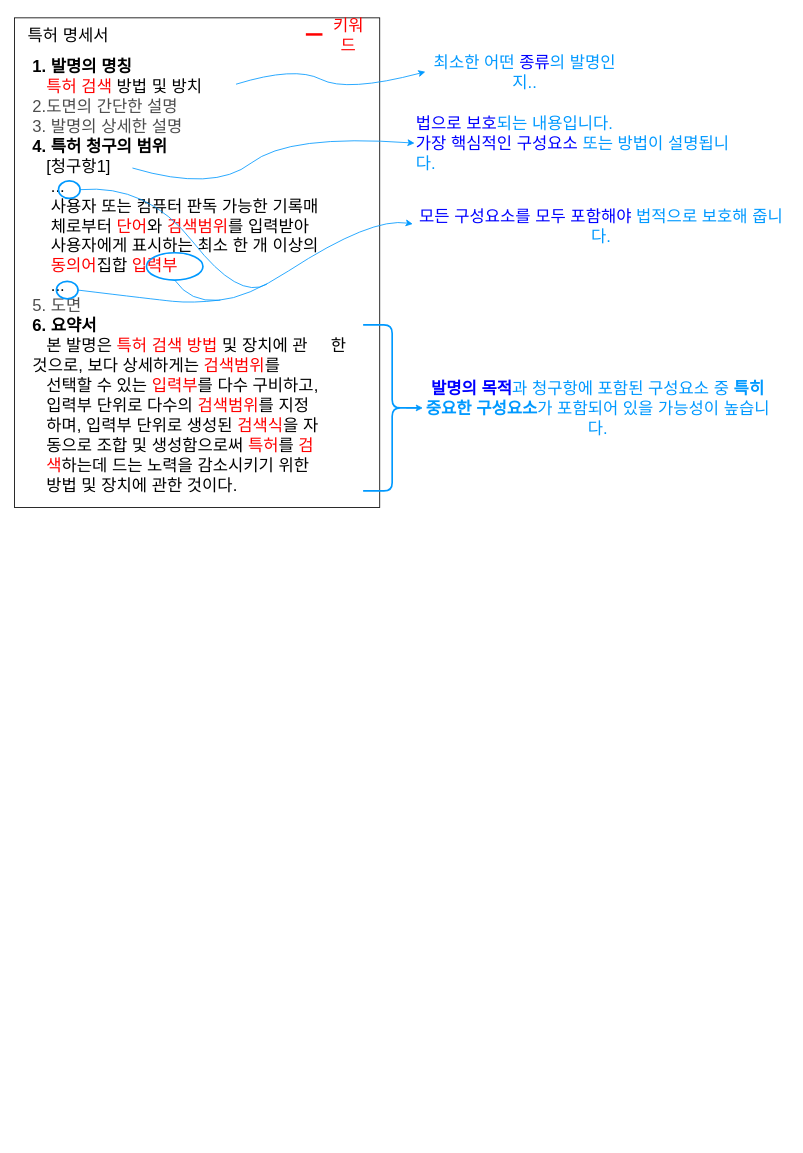
This is img/7.drawio from ccpatents/landing-page-4-kr, a draw.io file, before an edit. Source tidied: cells renumbered, new cells numbered last; positions are measured from the earlier drawing's top-left corner, leaving out a move shared by most shapes. Both pictures are drawn from the tidied source at 83%, with x=0, y=0 at pixel (14, 17).
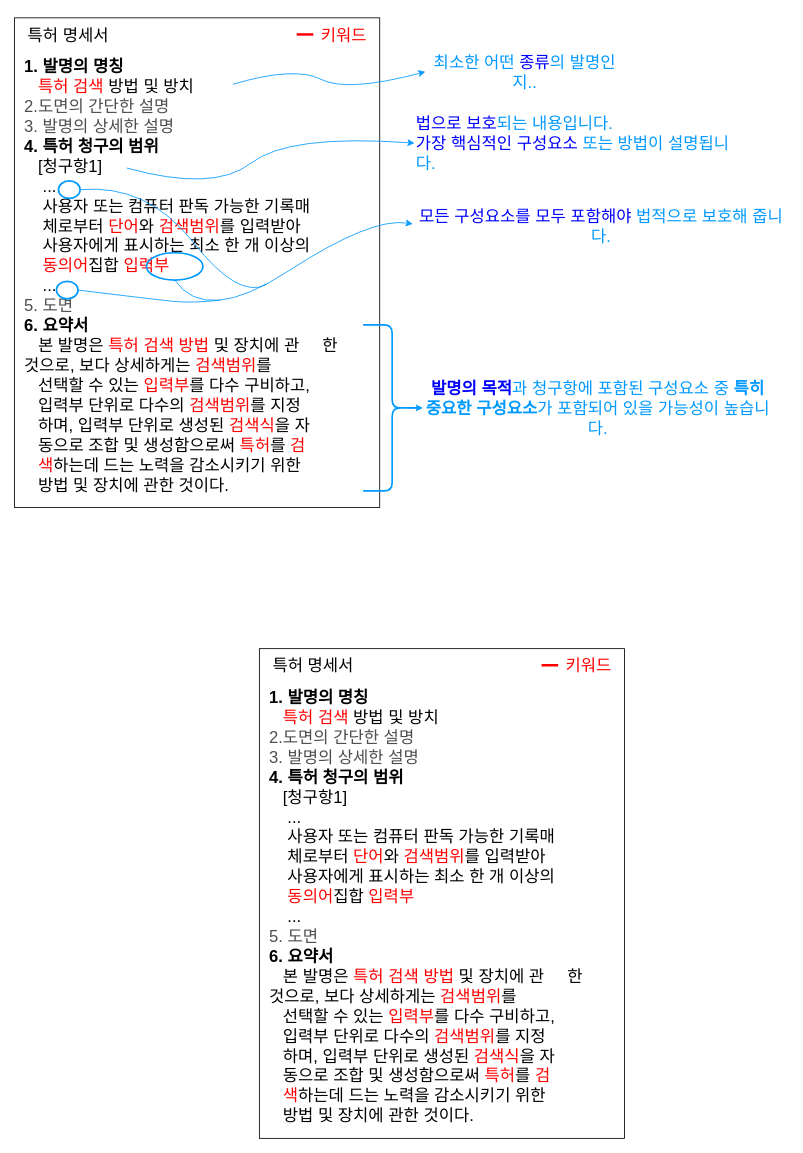
After the change.

What changed in the source:
```diff
@@
     <mxCell id="4" value="&lt;b&gt;1. 발명의 명칭&lt;/b&gt; &lt;br&gt;&amp;nbsp; &amp;nbsp;&lt;font color=&quot;#ff0000&quot;&gt;특허 검색&lt;/font&gt; 방법 및 방치&lt;br&gt;&lt;font color=&quot;#4d4d4d&quot;&gt;2.도면의 간단한 설명&lt;br&gt;3. 발명의 상세한 설명&lt;/font&gt;&lt;br&gt;&lt;b&gt;4. 특허 청구의 범위&lt;br&gt;&lt;/b&gt;&amp;nbsp; &amp;nbsp;[청구항1]&lt;br&gt;&amp;nbsp; &amp;nbsp; ...&lt;br&gt;&amp;nbsp; &amp;nbsp; 사용자 또는 컴퓨터 판독 가능한 기록매&lt;br&gt;&amp;nbsp; &amp;nbsp; 체로부터 &lt;font color=&quot;#ff0000&quot;&gt;단어&lt;/font&gt;와 &lt;font color=&quot;#ff0000&quot;&gt;검색범위&lt;/font&gt;를 입력받아 &lt;br&gt;&amp;nbsp; &amp;nbsp; 사용자에게 표시하는 최소 한 개 이상의 &lt;br&gt;&amp;nbsp; &amp;nbsp; &lt;font color=&quot;#ff0000&quot;&gt;동의어&lt;/font&gt;집합 &lt;font color=&quot;#ff0000&quot;&gt;입력부&lt;/font&gt;&lt;br&gt;&amp;nbsp; &amp;nbsp; ...&lt;br&gt;&lt;font color=&quot;#4d4d4d&quot;&gt;5. 도면&lt;/font&gt;&lt;br&gt;&lt;b&gt;6. 요약서&lt;/b&gt;&lt;br&gt;&amp;nbsp; &amp;nbsp;본 발명은 &lt;font color=&quot;#ff0000&quot;&gt;특허 검색 방법&lt;/font&gt; 및 장치에 관&amp;nbsp; &amp;nbsp; &amp;nbsp;한 것으로, 보다 상세하게는 &lt;font color=&quot;#ff0000&quot;&gt;검색범위&lt;/font&gt;를 &lt;br&gt;&amp;nbsp; &amp;nbsp;선택할 수 있는 &lt;font color=&quot;#ff0000&quot;&gt;입력부&lt;/font&gt;를 다수 구비하고, &lt;br&gt;&amp;nbsp; &amp;nbsp;입력부 단위로 다수의 &lt;font color=&quot;#ff0000&quot;&gt;검색범위&lt;/font&gt;를 지정&lt;br&gt;&amp;nbsp; &amp;nbsp;하며, 입력부 단위로 생성된 &lt;font color=&quot;#ff0000&quot;&gt;검색식&lt;/font&gt;을 자&lt;br&gt;&amp;nbsp; &amp;nbsp;동으로 조합 및 생성함으로써 &lt;font color=&quot;#ff0000&quot;&gt;특허&lt;/font&gt;를 &lt;font color=&quot;#ff0000&quot;&gt;검&lt;br&gt;&amp;nbsp; &amp;nbsp;색&lt;/font&gt;하는데 드는 노력을 감소시키기 위한 &lt;br&gt;&amp;nbsp; &amp;nbsp;방법 및 장치에 관한 것이다." style="text;html=1;strokeColor=none;fillColor=none;align=left;verticalAlign=top;whiteSpace=wrap;rounded=0;fontFamily=궁서;fontSize=20;" parent="1" vertex="1">
-      <mxGeometry x="20" y="40" width="390" height="540" as="geometry" />
+      <mxGeometry x="10" y="40" width="400" height="540" as="geometry" />
     </mxCell>
@@
     <mxCell id="19" style="endArrow=none;html=1;strokeColor=#FF0000;fontFamily=배달의민족 한나체 pro;fontSize=20;fontColor=#0099FF;strokeWidth=3;" parent="1" edge="1">
       <mxGeometry relative="1" as="geometry">
-        <mxPoint x="351" y="20" as="sourcePoint" />
-        <mxPoint x="371" y="20" as="targetPoint" />
+        <mxPoint x="340" y="20" as="sourcePoint" />
+        <mxPoint x="360" y="20" as="targetPoint" />
       </mxGeometry>
     </mxCell>
     <mxCell id="20" value="키워드" style="text;html=1;strokeColor=none;fillColor=none;align=center;verticalAlign=middle;whiteSpace=wrap;rounded=0;fontFamily=배달의민족 한나체 pro;fontSize=20;fontColor=#FF0000;" parent="1" vertex="1">
-      <mxGeometry x="376" y="10" width="53" height="20" as="geometry" />
+      <mxGeometry x="365" y="10" width="64" height="20" as="geometry" />
     </mxCell>
+    <mxCell id="21" style="rounded=0;whiteSpace=wrap;html=1;fontFamily=궁서;strokeWidth=1;" parent="1" vertex="1">
+      <mxGeometry x="295" y="760" width="440" height="590" as="geometry" />
+    </mxCell>
+    <mxCell id="22" value="특허 명세서" style="text;html=1;strokeColor=none;fillColor=none;align=center;verticalAlign=middle;whiteSpace=wrap;rounded=0;fontSize=20;fontStyle=0;fontFamily=궁서체;" parent="1" vertex="1">
+      <mxGeometry x="295" y="760" width="130" height="40" as="geometry" />
+    </mxCell>
+    <mxCell id="23" value="&lt;b&gt;1. 발명의 명칭&lt;/b&gt; &lt;br&gt;&amp;nbsp; &amp;nbsp;&lt;font color=&quot;#ff0000&quot;&gt;특허 검색&lt;/font&gt; 방법 및 방치&lt;br&gt;&lt;font color=&quot;#4d4d4d&quot;&gt;2.도면의 간단한 설명&lt;br&gt;3. 발명의 상세한 설명&lt;/font&gt;&lt;br&gt;&lt;b&gt;4. 특허 청구의 범위&lt;br&gt;&lt;/b&gt;&amp;nbsp; &amp;nbsp;[청구항1]&lt;br&gt;&amp;nbsp; &amp;nbsp; ...&lt;br&gt;&amp;nbsp; &amp;nbsp; 사용자 또는 컴퓨터 판독 가능한 기록매&lt;br&gt;&amp;nbsp; &amp;nbsp; 체로부터 &lt;font color=&quot;#ff0000&quot;&gt;단어&lt;/font&gt;와 &lt;font color=&quot;#ff0000&quot;&gt;검색범위&lt;/font&gt;를 입력받아 &lt;br&gt;&amp;nbsp; &amp;nbsp; 사용자에게 표시하는 최소 한 개 이상의 &lt;br&gt;&amp;nbsp; &amp;nbsp; &lt;font color=&quot;#ff0000&quot;&gt;동의어&lt;/font&gt;집합 &lt;font color=&quot;#ff0000&quot;&gt;입력부&lt;/font&gt;&lt;br&gt;&amp;nbsp; &amp;nbsp; ...&lt;br&gt;&lt;font color=&quot;#4d4d4d&quot;&gt;5. 도면&lt;/font&gt;&lt;br&gt;&lt;b&gt;6. 요약서&lt;/b&gt;&lt;br&gt;&amp;nbsp; &amp;nbsp;본 발명은 &lt;font color=&quot;#ff0000&quot;&gt;특허 검색 방법&lt;/font&gt; 및 장치에 관&amp;nbsp; &amp;nbsp; &amp;nbsp;한 것으로, 보다 상세하게는 &lt;font color=&quot;#ff0000&quot;&gt;검색범위&lt;/font&gt;를 &lt;br&gt;&amp;nbsp; &amp;nbsp;선택할 수 있는 &lt;font color=&quot;#ff0000&quot;&gt;입력부&lt;/font&gt;를 다수 구비하고, &lt;br&gt;&amp;nbsp; &amp;nbsp;입력부 단위로 다수의 &lt;font color=&quot;#ff0000&quot;&gt;검색범위&lt;/font&gt;를 지정&lt;br&gt;&amp;nbsp; &amp;nbsp;하며, 입력부 단위로 생성된 &lt;font color=&quot;#ff0000&quot;&gt;검색식&lt;/font&gt;을 자&lt;br&gt;&amp;nbsp; &amp;nbsp;동으로 조합 및 생성함으로써 &lt;font color=&quot;#ff0000&quot;&gt;특허&lt;/font&gt;를 &lt;font color=&quot;#ff0000&quot;&gt;검&lt;br&gt;&amp;nbsp; &amp;nbsp;색&lt;/font&gt;하는데 드는 노력을 감소시키기 위한 &lt;br&gt;&amp;nbsp; &amp;nbsp;방법 및 장치에 관한 것이다." style="text;html=1;strokeColor=none;fillColor=none;align=left;verticalAlign=top;whiteSpace=wrap;rounded=0;fontFamily=궁서;fontSize=20;" parent="1" vertex="1">
+      <mxGeometry x="305" y="800" width="400" height="540" as="geometry" />
+    </mxCell>
+    <mxCell id="24" style="endArrow=none;html=1;strokeColor=#FF0000;fontFamily=배달의민족 한나체 pro;fontSize=20;fontColor=#0099FF;strokeWidth=3;" parent="1" edge="1">
+      <mxGeometry relative="1" as="geometry">
+        <mxPoint x="635" y="780" as="sourcePoint" />
+        <mxPoint x="655" y="780" as="targetPoint" />
+      </mxGeometry>
+    </mxCell>
+    <mxCell id="25" value="키워드" style="text;html=1;strokeColor=none;fillColor=none;align=center;verticalAlign=middle;whiteSpace=wrap;rounded=0;fontFamily=배달의민족 한나체 pro;fontSize=20;fontColor=#FF0000;" parent="1" vertex="1">
+      <mxGeometry x="660" y="770" width="64" height="20" as="geometry" />
+    </mxCell>
```
